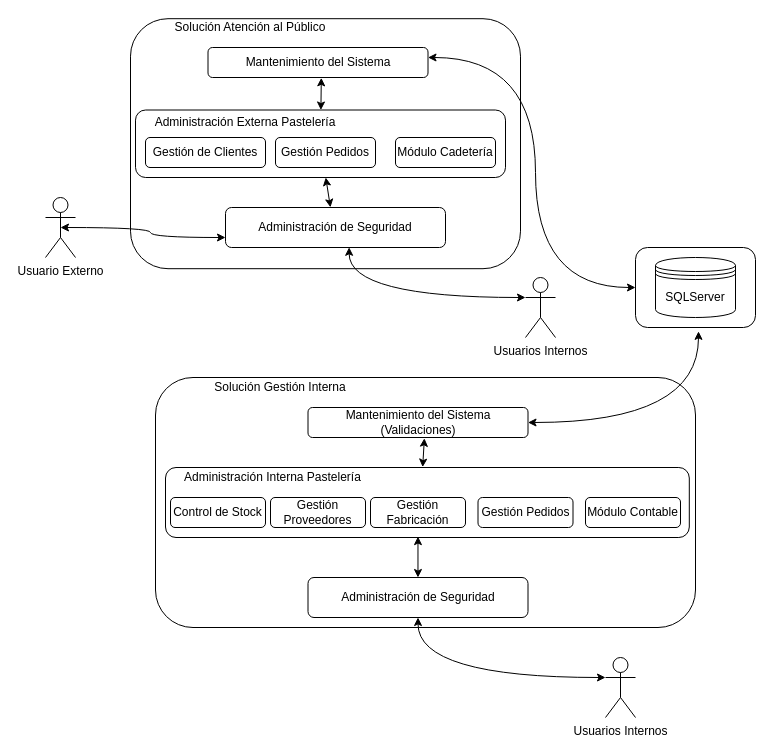
Before: propuesta/UsoDeLaSolucion.drawio in elelouch/TrabajoFinalAUS, a draw.io diagram. Source tidied: cells renumbered, new cells numbered last; positions are measured from the earlier drawing's top-left corner, leaving out a move shared by most shapes. Both pictures are drawn from the tidied source at 100%, with x=0, y=0 at pixel (45, 17).
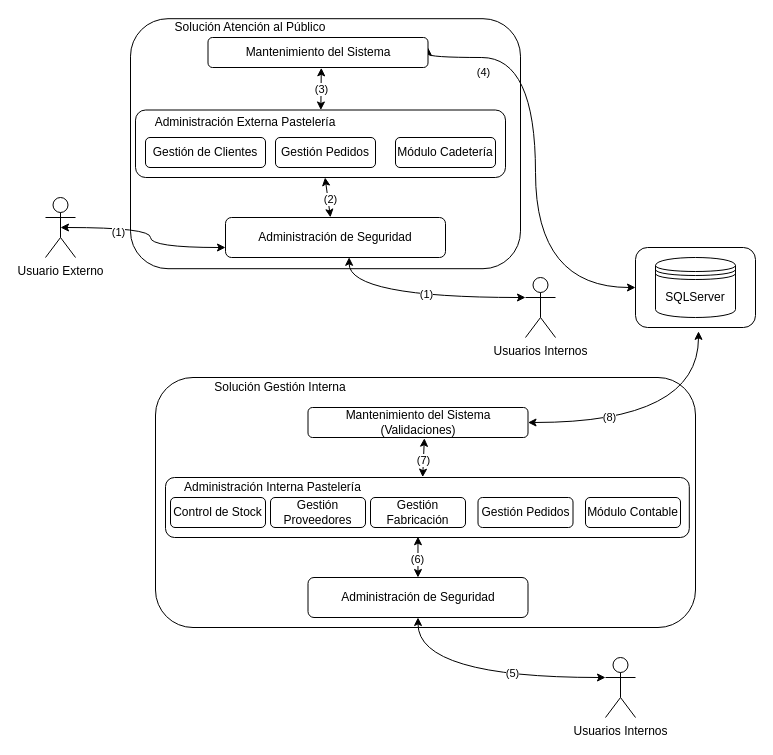
Above is the later version.

Unchanged cells that the change refers to:
```xml
<mxCell id="7" style="edgeStyle=orthogonalEdgeStyle;rounded=0;jettySize=auto;html=1;exitX=1;exitY=0.333;exitDx=0;exitDy=0;curved=1;startArrow=classic;startFill=1;exitPerimeter=0;" parent="1" edge="1" source="8" target="11">
  <mxGeometry relative="1" as="geometry">
    <Array as="points">
      <mxPoint x="490" y="40" />
      <mxPoint x="490" y="270" />
    </Array>
  </mxGeometry>
</mxCell>
<mxCell id="9" style="edgeStyle=orthogonalEdgeStyle;rounded=0;jettySize=auto;html=1;curved=1;startArrow=classic;startFill=1;entryX=0.562;entryY=0.995;entryDx=0;entryDy=0;entryPerimeter=0;exitX=0;exitY=0.3333333333333333;exitDx=0;exitDy=0;exitPerimeter=0;" parent="1" edge="1" source="10" target="5">
  <mxGeometry relative="1" as="geometry" />
</mxCell>
<mxCell id="18" style="edgeStyle=orthogonalEdgeStyle;rounded=0;jettySize=auto;html=1;curved=1;startArrow=classic;startFill=1;entryX=0.5;entryY=1;entryDx=0;entryDy=0;exitX=0;exitY=0.3333333333333333;exitDx=0;exitDy=0;exitPerimeter=0;" parent="1" edge="1" source="19" target="15">
  <mxGeometry relative="1" as="geometry" />
</mxCell>
<mxCell id="20" style="edgeStyle=orthogonalEdgeStyle;rounded=0;jettySize=auto;html=1;exitX=1;exitY=0.5;exitDx=0;exitDy=0;entryX=0.525;entryY=1.048;entryDx=0;entryDy=0;entryPerimeter=0;curved=1;startArrow=classic;startFill=1;" parent="1" edge="1" source="17" target="11">
  <mxGeometry relative="1" as="geometry" />
</mxCell>
<mxCell id="28" style="rounded=1;whiteSpace=wrap;html=1;" parent="1" vertex="1">
  <mxGeometry x="90" y="92.5" width="370" height="67.5" as="geometry" />
</mxCell>
<mxCell id="29" style="edgeStyle=orthogonalEdgeStyle;rounded=0;jettySize=auto;html=1;exitX=0.5;exitY=0.5;exitDx=0;exitDy=0;exitPerimeter=0;entryX=0;entryY=0.75;entryDx=0;entryDy=0;startArrow=classic;startFill=1;curved=1;" parent="1" edge="1" source="2" target="5">
  <mxGeometry relative="1" as="geometry" />
</mxCell>
<mxCell id="34" style="rounded=0;jettySize=auto;html=1;entryX=0.477;entryY=-0.004;entryDx=0;entryDy=0;entryPerimeter=0;startArrow=classic;startFill=1;" parent="1" edge="1" source="28" target="5">
  <mxGeometry relative="1" as="geometry" />
</mxCell>
<mxCell id="36" style="edgeStyle=orthogonalEdgeStyle;rounded=0;jettySize=auto;html=1;entryX=0.482;entryY=0.987;entryDx=0;entryDy=0;entryPerimeter=0;startArrow=classic;startFill=1;" parent="1" edge="1" source="15" target="21">
  <mxGeometry relative="1" as="geometry" />
</mxCell>
<mxCell id="37" style="rounded=0;jettySize=auto;html=1;exitX=0.491;exitY=-0.006;exitDx=0;exitDy=0;entryX=0.529;entryY=1.026;entryDx=0;entryDy=0;entryPerimeter=0;startArrow=classic;startFill=1;exitPerimeter=0;" parent="1" edge="1" source="21" target="17">
  <mxGeometry relative="1" as="geometry" />
</mxCell>
```

The edit, as a diff of the source:
```diff
@@
     <mxCell id="5" value="Administración de Seguridad" style="rounded=1;whiteSpace=wrap;html=1;" parent="1" vertex="1">
-      <mxGeometry x="180" y="190" width="220" height="40" as="geometry" />
+      <mxGeometry x="180" y="200" width="220" height="40" as="geometry" />
     </mxCell>
@@
+    <mxCell id="38" value="(4)" style="edgeLabel;html=1;align=center;verticalAlign=middle;" parent="7" vertex="1">
+      <mxGeometry x="-0.71" y="-14" relative="1" as="geometry" />
+    </mxCell>
     <mxCell id="8" value="Mantenimiento del Sistema" style="rounded=1;whiteSpace=wrap;html=1;" parent="1" vertex="1">
-      <mxGeometry x="162.5" y="30" width="220" height="30" as="geometry" />
+      <mxGeometry x="162.5" y="20" width="220" height="30" as="geometry" />
     </mxCell>
@@
+    <mxCell id="39" value="(1)" style="edgeLabel;html=1;align=center;verticalAlign=middle;" parent="9" vertex="1">
+      <mxGeometry x="-0.08" y="-4" relative="1" as="geometry" />
+    </mxCell>
@@
+    <mxCell id="40" value="(5)" style="edgeLabel;html=1;align=center;verticalAlign=middle;" parent="18" vertex="1">
+      <mxGeometry x="-0.24" y="-5" relative="1" as="geometry" />
+    </mxCell>
@@
+    <mxCell id="41" value="(8)" style="edgeLabel;html=1;align=center;verticalAlign=middle;" parent="20" vertex="1">
+      <mxGeometry x="-0.38" y="6" relative="1" as="geometry" />
+    </mxCell>
     <mxCell id="21" style="rounded=1;whiteSpace=wrap;html=1;" parent="1" vertex="1">
-      <mxGeometry x="120" y="450" width="523.8" height="70" as="geometry" />
+      <mxGeometry x="120" y="460" width="523.8" height="60" as="geometry" />
     </mxCell>
@@
     <mxCell id="27" value="Administración Interna Pastelería" style="text;html=1;align=center;verticalAlign=middle;whiteSpace=wrap;rounded=0;" parent="1" vertex="1">
-      <mxGeometry x="125" y="450" width="205" height="20" as="geometry" />
+      <mxGeometry x="125" y="460" width="205" height="20" as="geometry" />
     </mxCell>
@@
+    <mxCell id="42" value="(1)" style="edgeLabel;html=1;align=center;verticalAlign=middle;rotation=0;" parent="29" vertex="1">
+      <mxGeometry x="-0.38" y="-4" relative="1" as="geometry" />
+    </mxCell>
@@
+    <mxCell id="43" value="(2)" style="edgeLabel;html=1;align=center;verticalAlign=middle;" parent="34" vertex="1">
+      <mxGeometry x="0.09" y="2" relative="1" as="geometry" />
+    </mxCell>
-    <mxCell id="35" style="rounded=0;jettySize=auto;html=1;entryX=0.515;entryY=1.011;entryDx=0;entryDy=0;entryPerimeter=0;startArrow=classic;startFill=1;" parent="1" edge="1" source="28" target="8">
+    <mxCell id="35" value="(3)" style="rounded=0;jettySize=auto;html=1;entryX=0.515;entryY=1.011;entryDx=0;entryDy=0;entryPerimeter=0;startArrow=classic;startFill=1;" parent="1" edge="1" source="28" target="8">
       <mxGeometry relative="1" as="geometry" />
     </mxCell>
@@
+    <mxCell id="44" value="(6)" style="edgeLabel;html=1;align=center;verticalAlign=middle;" parent="36" vertex="1">
+      <mxGeometry x="-0.09" y="1" relative="1" as="geometry" />
+    </mxCell>
@@
+    <mxCell id="45" value="(7)" style="edgeLabel;html=1;align=center;verticalAlign=middle;" parent="37" vertex="1">
+      <mxGeometry x="-0.12" relative="1" as="geometry" />
+    </mxCell>
```
